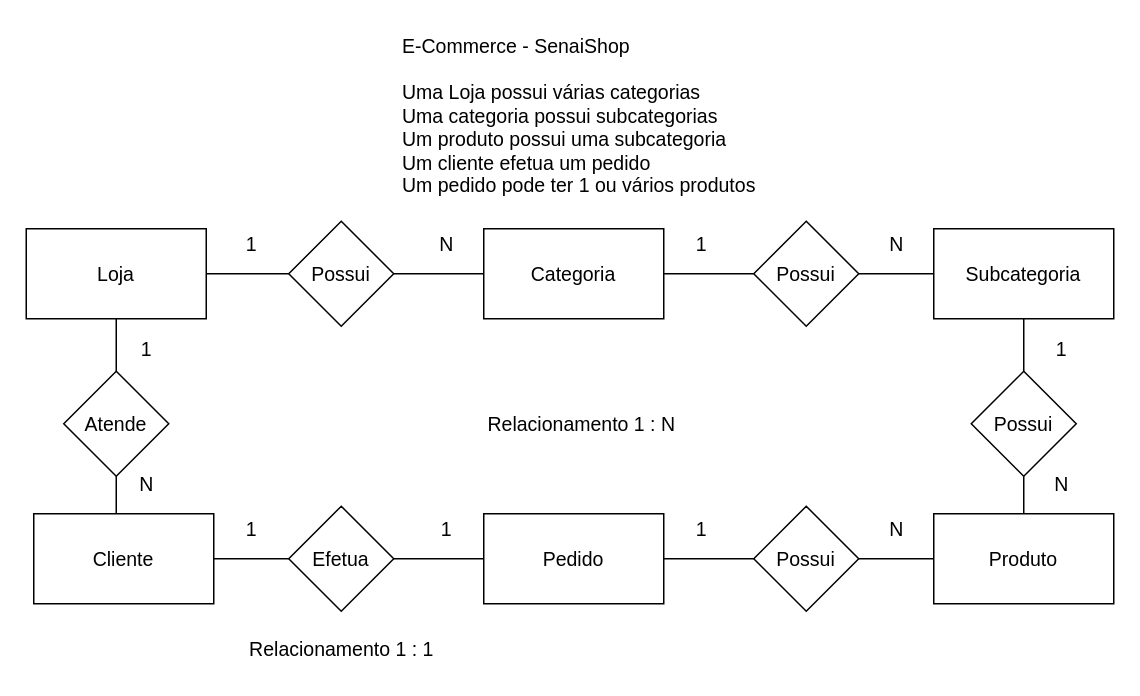
The draw.io diagram Exercicios-MER/1.5-ecommerce/1.5-exercicio-ecommerce.drawio in MarceloAC04/Banco-de-dados, before the edit. Source tidied: cells renumbered, new cells numbered last; positions are measured from the earlier drawing's top-left corner, leaving out a move shared by most shapes. Both pictures are drawn from the tidied source at 150%, with x=0, y=0 at pixel (26, 26).
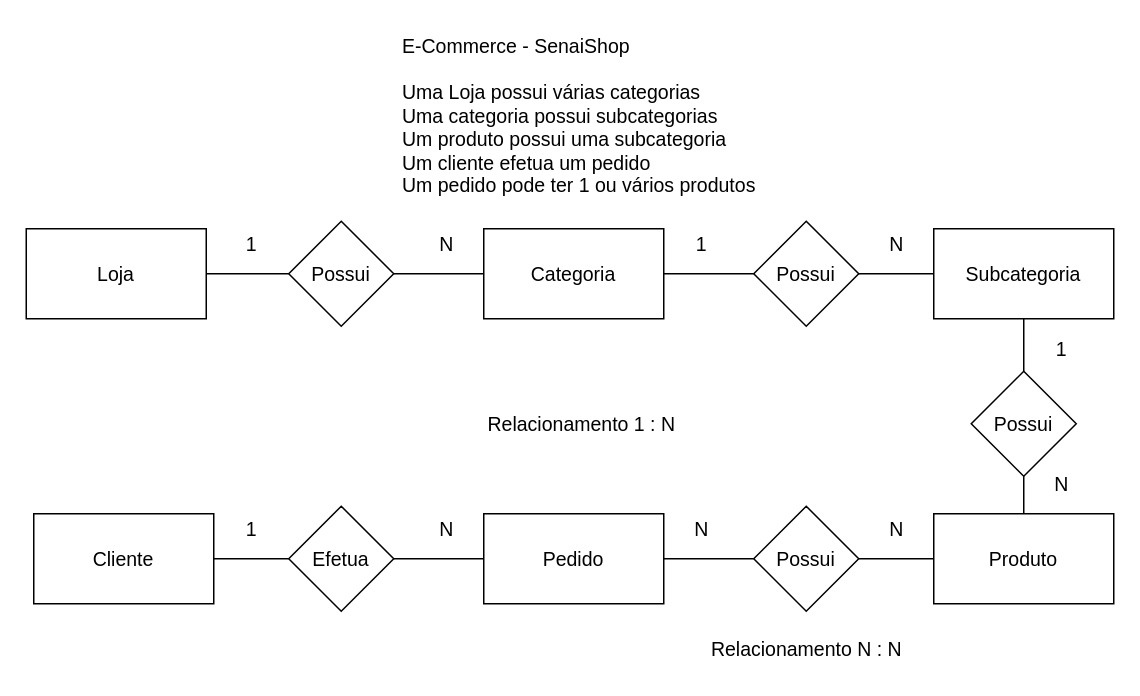
The same diagram, later.

Unchanged cells that the change refers to:
```xml
<mxCell id="2" value="&lt;font style=&quot;font-size: 13px;&quot;&gt;Loja&lt;/font&gt;" style="rounded=0;whiteSpace=wrap;html=1;" parent="1" vertex="1">
  <mxGeometry y="135" width="120" height="60" as="geometry" />
</mxCell>
```

What changed in the source:
```diff
@@
-    <mxCell id="20" value="&lt;font style=&quot;font-size: 13px;&quot;&gt;1&lt;/font&gt;" style="text;html=1;align=center;verticalAlign=middle;strokeColor=none;fillColor=none;" parent="1" vertex="1">
+    <mxCell id="20" value="&lt;span style=&quot;font-size: 13px;&quot;&gt;N&lt;/span&gt;" style="text;html=1;align=center;verticalAlign=middle;strokeColor=none;fillColor=none;" parent="1" vertex="1">
       <mxGeometry x="435" y="320" width="30" height="30" as="geometry" />
     </mxCell>
@@
-    <mxCell id="33" value="&lt;span style=&quot;font-size: 13px;&quot;&gt;1&lt;/span&gt;" style="text;html=1;align=center;verticalAlign=middle;strokeColor=none;fillColor=none;" parent="1" vertex="1">
+    <mxCell id="33" value="&lt;span style=&quot;font-size: 13px;&quot;&gt;N&lt;/span&gt;" style="text;html=1;align=center;verticalAlign=middle;strokeColor=none;fillColor=none;" parent="1" vertex="1">
       <mxGeometry x="265" y="320" width="30" height="30" as="geometry" />
     </mxCell>
@@
-    <mxCell id="35" value="&lt;font style=&quot;font-size: 13px;&quot;&gt;Relacionamento 1 : 1&lt;/font&gt;" style="text;html=1;align=center;verticalAlign=middle;strokeColor=none;fillColor=none;" parent="1" vertex="1">
-      <mxGeometry x="135" y="400" width="150" height="30" as="geometry" />
-    </mxCell>
-    <mxCell id="36" style="edgeStyle=orthogonalEdgeStyle;rounded=0;orthogonalLoop=1;jettySize=auto;html=1;endArrow=none;endFill=0;" parent="1" edge="1">
-      <mxGeometry relative="1" as="geometry">
-        <mxPoint x="60" y="300" as="sourcePoint" />
-        <mxPoint x="60" y="325" as="targetPoint" />
-      </mxGeometry>
-    </mxCell>
-    <mxCell id="37" style="edgeStyle=orthogonalEdgeStyle;rounded=0;jettySize=auto;html=1;entryX=0.5;entryY=1;entryDx=0;entryDy=0;endArrow=none;endFill=0;" parent="1" edge="1" source="38" target="2">
-      <mxGeometry relative="1" as="geometry" />
-    </mxCell>
-    <mxCell id="38" value="&lt;span style=&quot;font-size: 13px;&quot;&gt;Atende&lt;/span&gt;" style="rhombus;whiteSpace=wrap;html=1;" parent="1" vertex="1">
-      <mxGeometry x="25" y="230" width="70" height="70" as="geometry" />
-    </mxCell>
-    <mxCell id="39" value="&lt;font style=&quot;font-size: 13px;&quot;&gt;1&lt;/font&gt;" style="text;html=1;align=center;verticalAlign=middle;strokeColor=none;fillColor=none;" parent="1" vertex="1">
-      <mxGeometry x="65" y="200" width="30" height="30" as="geometry" />
-    </mxCell>
-    <mxCell id="40" value="&lt;span style=&quot;font-size: 13px;&quot;&gt;N&lt;/span&gt;" style="text;html=1;align=center;verticalAlign=middle;strokeColor=none;fillColor=none;" parent="1" vertex="1">
-      <mxGeometry x="65" y="290" width="30" height="30" as="geometry" />
-    </mxCell>
+    <mxCell id="41" value="&lt;font style=&quot;font-size: 13px;&quot;&gt;Relacionamento N : N&lt;/font&gt;" style="text;html=1;align=center;verticalAlign=middle;strokeColor=none;fillColor=none;" parent="1" vertex="1">
+      <mxGeometry x="445" y="400" width="150" height="30" as="geometry" />
+    </mxCell>
```
